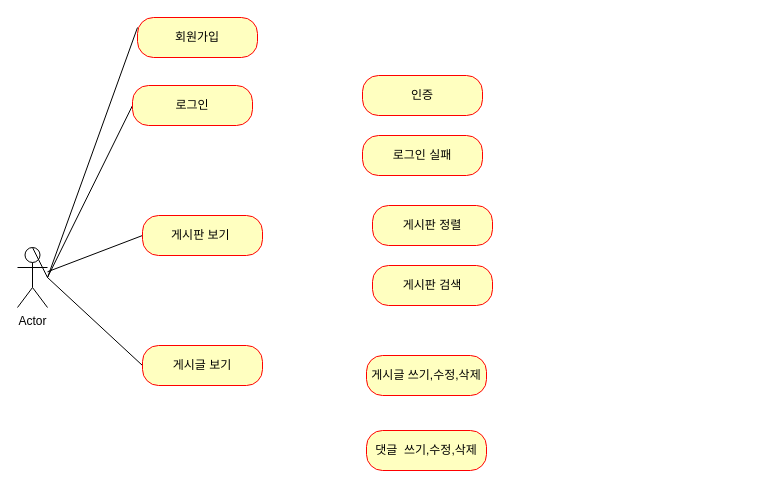
This is 제목 없는 다이어그램.drawio from rlawhddlf0623/project_board, a draw.io file, before an edit. Source tidied: cells renumbered, new cells numbered last; positions are measured from the earlier drawing's top-left corner, leaving out a move shared by most shapes. Both pictures are drawn from the tidied source at 100%, with x=0, y=0 at pixel (17, 17).
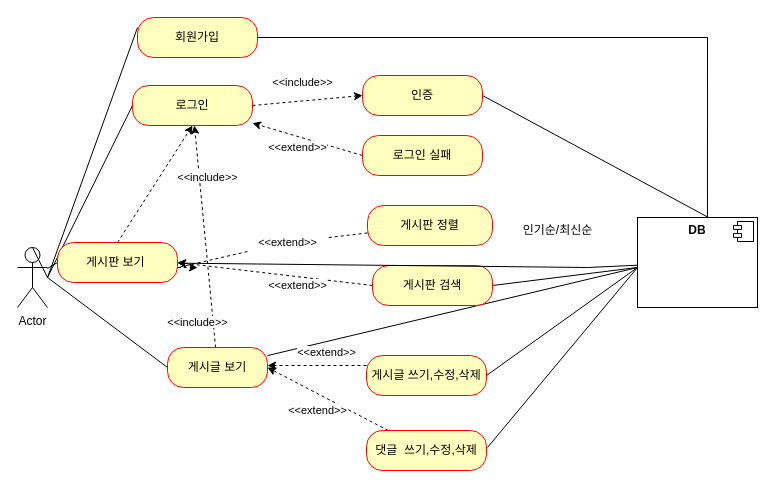
After the change.

Commit message (it also covers changes not shown here):
제목 없는 다이어그램.drawio 업데이트

Unchanged cells that the change refers to:
```xml
<mxCell id="4" value="회원가입" style="rounded=1;whiteSpace=wrap;html=1;arcSize=40;fontColor=#000000;fillColor=#ffffc0;strokeColor=#ff0000;" parent="1" vertex="1">
  <mxGeometry x="120" width="120" height="40" as="geometry" />
</mxCell>
<mxCell id="6" value="로그인" style="rounded=1;whiteSpace=wrap;html=1;arcSize=40;fontColor=#000000;fillColor=#ffffc0;strokeColor=#ff0000;" parent="1" vertex="1">
  <mxGeometry x="115" y="68" width="120" height="40" as="geometry" />
</mxCell>
<mxCell id="11" value="인증" style="rounded=1;whiteSpace=wrap;html=1;arcSize=40;fontColor=#000000;fillColor=#ffffc0;strokeColor=#ff0000;" parent="1" vertex="1">
  <mxGeometry x="345" y="58" width="120" height="40" as="geometry" />
</mxCell>
<mxCell id="12" value="로그인 실패" style="rounded=1;whiteSpace=wrap;html=1;arcSize=40;fontColor=#000000;fillColor=#ffffc0;strokeColor=#ff0000;" parent="1" vertex="1">
  <mxGeometry x="345" y="118" width="120" height="40" as="geometry" />
</mxCell>
<mxCell id="14" value="게시판 검색" style="rounded=1;whiteSpace=wrap;html=1;arcSize=40;fontColor=#000000;fillColor=#ffffc0;strokeColor=#ff0000;" parent="1" vertex="1">
  <mxGeometry x="355" y="248" width="120" height="40" as="geometry" />
</mxCell>
<mxCell id="15" value="게시글 쓰기,수정,삭제" style="rounded=1;whiteSpace=wrap;html=1;arcSize=40;fontColor=#000000;fillColor=#ffffc0;strokeColor=#ff0000;" parent="1" vertex="1">
  <mxGeometry x="349" y="338" width="120" height="40" as="geometry" />
</mxCell>
<mxCell id="16" value="댓글&amp;nbsp; 쓰기,수정,삭제" style="rounded=1;whiteSpace=wrap;html=1;arcSize=40;fontColor=#000000;fillColor=#ffffc0;strokeColor=#ff0000;" parent="1" vertex="1">
  <mxGeometry x="349" y="413" width="120" height="40" as="geometry" />
</mxCell>
```

Diff of the diagram source:
```diff
@@
+    <mxCell id="17" style="edgeStyle=orthogonalEdgeStyle;rounded=0;jettySize=auto;html=1;entryX=0.583;entryY=0;entryDx=0;entryDy=0;entryPerimeter=0;endArrow=none;endFill=0;" parent="1" edge="1" source="4" target="40">
+      <mxGeometry relative="1" as="geometry">
+        <Array as="points">
+          <mxPoint x="690" y="20" />
+        </Array>
+      </mxGeometry>
+    </mxCell>
@@
+    <mxCell id="18" style="edgeStyle=none;rounded=0;jettySize=auto;html=1;exitX=1;exitY=0.5;exitDx=0;exitDy=0;entryX=0;entryY=0.5;entryDx=0;entryDy=0;dashed=1;endArrow=classic;endFill=1;" parent="1" edge="1" source="6" target="11">
+      <mxGeometry relative="1" as="geometry" />
+    </mxCell>
@@
+    <mxCell id="19" style="edgeStyle=none;rounded=0;jettySize=auto;html=1;exitX=0.5;exitY=0;exitDx=0;exitDy=0;entryX=0.5;entryY=1;entryDx=0;entryDy=0;dashed=1;endArrow=classic;endFill=1;" parent="1" edge="1" source="8" target="6">
+      <mxGeometry relative="1" as="geometry" />
+    </mxCell>
     <mxCell id="8" value="게시판 보기 &lt;span style=&quot;color: rgba(0, 0, 0, 0); font-family: monospace; font-size: 0px; text-align: start;&quot;&gt;%3CmxGraphModel%3E%3Croot%3E%3CmxCell%20id%3D%220%22%2F%3E%3CmxCell%20id%3D%221%22%20parent%3D%220%22%2F%3E%3CmxCell% 20id%3D %222%22%20value%3D%22%26lt%3Bfont%20style%3D%26quot%3Bvertical-align%3A%20inherit%3B%26quot%3B%26gt%3B%26lt%3Bfont%20style%3D% 26quot%3Bvertical -align%3A%20inherit%3B%26quot%3B%26gt%3B%ED%9A%8C%EC%9B%90%EA%B0%80%EC%9E%85%26lt%3B%2Ffont% 26gt%3B %26lt%3B%2Ffont%26gt%3B%22%20style%3D%22rounded%3D1%3BwhiteSpace%3Dwrap%3Bhtml%3D1%3BarcSize%3D40%3BfontColor%3D%23000000%3BfillColor%3D%23ffffc0%3BstrokeColor% 3D%23ff0000 %3B%22%20vertex%3D%221%22%20parent%3D%221%22%3E%3CmxGeometry%20x%3D%22180%22%20y%3D%2290%22%20width%3D%22120% 22%20높이 %3D%2240%22%20as%3D%22형상%22%2F%3E%3C%2FmxCell%3E%3C%2Froot%3E%3C%2FmxGraphModel%3E&lt;/span&gt;" style="rounded=1;whiteSpace=wrap;html=1;arcSize=40;fontColor=#000000;fillColor=#ffffc0;strokeColor=#ff0000;" parent="1" vertex="1">
-      <mxGeometry x="125" y="198" width="120" height="40" as="geometry" />
+      <mxGeometry x="40" y="225" width="120" height="40" as="geometry" />
     </mxCell>
@@
+    <mxCell id="20" style="edgeStyle=none;rounded=0;jettySize=auto;html=1;dashed=1;endArrow=classic;endFill=1;" parent="1" edge="1" source="10" target="6">
+      <mxGeometry relative="1" as="geometry" />
+    </mxCell>
+    <mxCell id="21" style="edgeStyle=none;rounded=0;jettySize=auto;html=1;endArrow=none;endFill=0;" parent="1" edge="1" source="10">
+      <mxGeometry relative="1" as="geometry">
+        <mxPoint x="620" y="250" as="targetPoint" />
+      </mxGeometry>
+    </mxCell>
     <mxCell id="10" value="게시글 보기" style="rounded=1;whiteSpace=wrap;html=1;arcSize=40;fontColor=#000000;fillColor=#ffffc0;strokeColor=#ff0000;" parent="1" vertex="1">
-      <mxGeometry x="125" y="328" width="120" height="40" as="geometry" />
+      <mxGeometry x="150" y="330" width="100" height="40" as="geometry" />
     </mxCell>
+    <mxCell id="22" style="rounded=0;jettySize=auto;html=1;exitX=1;exitY=0.5;exitDx=0;exitDy=0;entryX=0.592;entryY=0;entryDx=0;entryDy=0;entryPerimeter=0;endArrow=none;endFill=0;" parent="1" edge="1" source="11" target="40">
+      <mxGeometry relative="1" as="geometry" />
+    </mxCell>
@@
+    <mxCell id="23" style="edgeStyle=none;rounded=0;jettySize=auto;html=1;exitX=0;exitY=0.5;exitDx=0;exitDy=0;dashed=1;endArrow=classic;endFill=1;" parent="1" edge="1" source="12" target="6">
+      <mxGeometry relative="1" as="geometry" />
+    </mxCell>
@@
+    <mxCell id="24" style="edgeStyle=none;rounded=0;jettySize=auto;html=1;dashed=1;endArrow=classic;endFill=1;startArrow=none;" parent="1" edge="1" source="42">
+      <mxGeometry relative="1" as="geometry">
+        <mxPoint x="180" y="250" as="targetPoint" />
+        <Array as="points">
+          <mxPoint x="160" y="250" />
+        </Array>
+      </mxGeometry>
+    </mxCell>
     <mxCell id="13" value="게시판 정렬" style="rounded=1;whiteSpace=wrap;html=1;arcSize=40;fontColor=#000000;fillColor=#ffffc0;strokeColor=#ff0000;" parent="1" vertex="1">
-      <mxGeometry x="355" y="188" width="120" height="40" as="geometry" />
+      <mxGeometry x="350" y="188" width="125" height="40" as="geometry" />
     </mxCell>
+    <mxCell id="25" style="edgeStyle=none;rounded=0;jettySize=auto;html=1;exitX=0;exitY=0.5;exitDx=0;exitDy=0;entryX=1;entryY=0.5;entryDx=0;entryDy=0;dashed=1;endArrow=classic;endFill=1;" parent="1" edge="1" source="14" target="8">
+      <mxGeometry relative="1" as="geometry" />
+    </mxCell>
+    <mxCell id="26" style="edgeStyle=none;rounded=0;jettySize=auto;html=1;exitX=1;exitY=0.5;exitDx=0;exitDy=0;endArrow=none;endFill=0;" parent="1" edge="1" source="14">
+      <mxGeometry relative="1" as="geometry">
+        <mxPoint x="620" y="250" as="targetPoint" />
+      </mxGeometry>
+    </mxCell>
@@
+    <mxCell id="27" style="edgeStyle=none;rounded=0;jettySize=auto;html=1;exitX=0;exitY=0.25;exitDx=0;exitDy=0;dashed=1;endArrow=classic;endFill=1;" parent="1" edge="1" source="15">
+      <mxGeometry relative="1" as="geometry">
+        <mxPoint x="250" y="348" as="targetPoint" />
+      </mxGeometry>
+    </mxCell>
+    <mxCell id="28" style="edgeStyle=none;rounded=0;jettySize=auto;html=1;exitX=1;exitY=0.5;exitDx=0;exitDy=0;endArrow=none;endFill=0;" parent="1" edge="1" source="15">
+      <mxGeometry relative="1" as="geometry">
+        <mxPoint x="620" y="250" as="targetPoint" />
+      </mxGeometry>
+    </mxCell>
@@
+    <mxCell id="29" style="edgeStyle=none;rounded=0;jettySize=auto;html=1;entryX=1;entryY=0.5;entryDx=0;entryDy=0;dashed=1;endArrow=classic;endFill=1;" parent="1" edge="1" source="16" target="10">
+      <mxGeometry relative="1" as="geometry" />
+    </mxCell>
+    <mxCell id="30" style="edgeStyle=none;rounded=0;orthogonalLoop=1;jettySize=auto;html=1;endArrow=none;endFill=0;" parent="1" edge="1">
+      <mxGeometry relative="1" as="geometry">
+        <mxPoint x="470" y="430" as="sourcePoint" />
+        <mxPoint x="620" y="250" as="targetPoint" />
+      </mxGeometry>
+    </mxCell>
@@
+    <mxCell id="31" value="인기순/최신순&lt;br&gt;" style="text;html=1;align=center;verticalAlign=middle;strokeColor=none;fillColor=none;" parent="1" vertex="1">
+      <mxGeometry x="490" y="198" width="100" height="30" as="geometry" />
+    </mxCell>
+    <mxCell id="32" value="&lt;span style=&quot;font-size: 11px; background-color: rgb(255, 255, 255);&quot;&gt;&amp;lt;&amp;lt;include&amp;gt;&amp;gt;&lt;/span&gt;" style="text;html=1;align=center;verticalAlign=middle;strokeColor=none;fillColor=none;" parent="1" vertex="1">
+      <mxGeometry x="245" y="50" width="80" height="30" as="geometry" />
+    </mxCell>
+    <mxCell id="33" value="&lt;span style=&quot;font-size: 11px; background-color: rgb(255, 255, 255);&quot;&gt;&amp;lt;&amp;lt;extend&amp;gt;&amp;gt;&lt;/span&gt;" style="text;html=1;align=center;verticalAlign=middle;strokeColor=none;fillColor=none;" parent="1" vertex="1">
+      <mxGeometry x="240" y="115" width="80" height="30" as="geometry" />
+    </mxCell>
+    <mxCell id="34" value="&lt;span style=&quot;font-size: 11px; background-color: rgb(255, 255, 255);&quot;&gt;&amp;lt;&amp;lt;include&amp;gt;&amp;gt;&lt;/span&gt;" style="text;html=1;align=center;verticalAlign=middle;strokeColor=none;fillColor=none;" parent="1" vertex="1">
+      <mxGeometry x="150" y="145" width="80" height="30" as="geometry" />
+    </mxCell>
+    <mxCell id="35" value="&lt;span style=&quot;font-size: 11px; background-color: rgb(255, 255, 255);&quot;&gt;&amp;lt;&amp;lt;include&amp;gt;&amp;gt;&lt;/span&gt;" style="text;html=1;align=center;verticalAlign=middle;strokeColor=none;fillColor=none;" parent="1" vertex="1">
+      <mxGeometry x="140" y="290" width="80" height="30" as="geometry" />
+    </mxCell>
+    <mxCell id="36" value="&lt;span style=&quot;font-size: 11px; background-color: rgb(255, 255, 255);&quot;&gt;&amp;lt;&amp;lt;extend&amp;gt;&amp;gt;&lt;/span&gt;" style="text;html=1;align=center;verticalAlign=middle;strokeColor=none;fillColor=none;" parent="1" vertex="1">
+      <mxGeometry x="240" y="253" width="80" height="30" as="geometry" />
+    </mxCell>
+    <mxCell id="37" value="&lt;span style=&quot;font-size: 11px; background-color: rgb(255, 255, 255);&quot;&gt;&amp;lt;&amp;lt;extend&amp;gt;&amp;gt;&lt;/span&gt;" style="text;html=1;align=center;verticalAlign=middle;strokeColor=none;fillColor=none;" parent="1" vertex="1">
+      <mxGeometry x="260" y="378" width="80" height="30" as="geometry" />
+    </mxCell>
+    <mxCell id="38" value="&lt;span style=&quot;font-size: 11px; background-color: rgb(255, 255, 255);&quot;&gt;&amp;lt;&amp;lt;extend&amp;gt;&amp;gt;&lt;/span&gt;" style="text;html=1;align=center;verticalAlign=middle;strokeColor=none;fillColor=none;" parent="1" vertex="1">
+      <mxGeometry x="269" y="320" width="80" height="30" as="geometry" />
+    </mxCell>
+    <mxCell id="39" style="edgeStyle=none;rounded=0;jettySize=auto;html=1;endArrow=classic;endFill=1;" parent="1" edge="1" source="40" target="8">
+      <mxGeometry relative="1" as="geometry">
+        <Array as="points">
+          <mxPoint x="570" y="250" />
+        </Array>
+      </mxGeometry>
+    </mxCell>
+    <mxCell id="40" value="&lt;p style=&quot;margin:0px;margin-top:6px;text-align:center;&quot;&gt;&lt;b&gt;DB&lt;/b&gt;&lt;/p&gt;" style="align=left;overflow=fill;html=1;" parent="1" vertex="1">
+      <mxGeometry x="620" y="200" width="120" height="90" as="geometry" />
+    </mxCell>
+    <mxCell id="41" style="shape=component;jettyWidth=8;jettyHeight=4;" parent="40" vertex="1">
+      <mxGeometry x="1" width="20" height="20" relative="1" as="geometry">
+        <mxPoint x="-24" y="4" as="offset" />
+      </mxGeometry>
+    </mxCell>
+    <mxCell id="42" value="&lt;span style=&quot;font-size: 11px; background-color: rgb(255, 255, 255);&quot;&gt;&amp;lt;&amp;lt;extend&amp;gt;&amp;gt;&lt;/span&gt;" style="text;html=1;align=center;verticalAlign=middle;points=[];strokeColor=none;fillColor=none;" parent="1" vertex="1">
+      <mxGeometry x="230" y="210" width="80" height="30" as="geometry" />
+    </mxCell>
+    <mxCell id="43" style="edgeStyle=none;rounded=0;jettySize=auto;html=1;dashed=1;endArrow=none;endFill=1;" parent="1" edge="1" source="13" target="42">
+      <mxGeometry relative="1" as="geometry" />
+    </mxCell>
```
